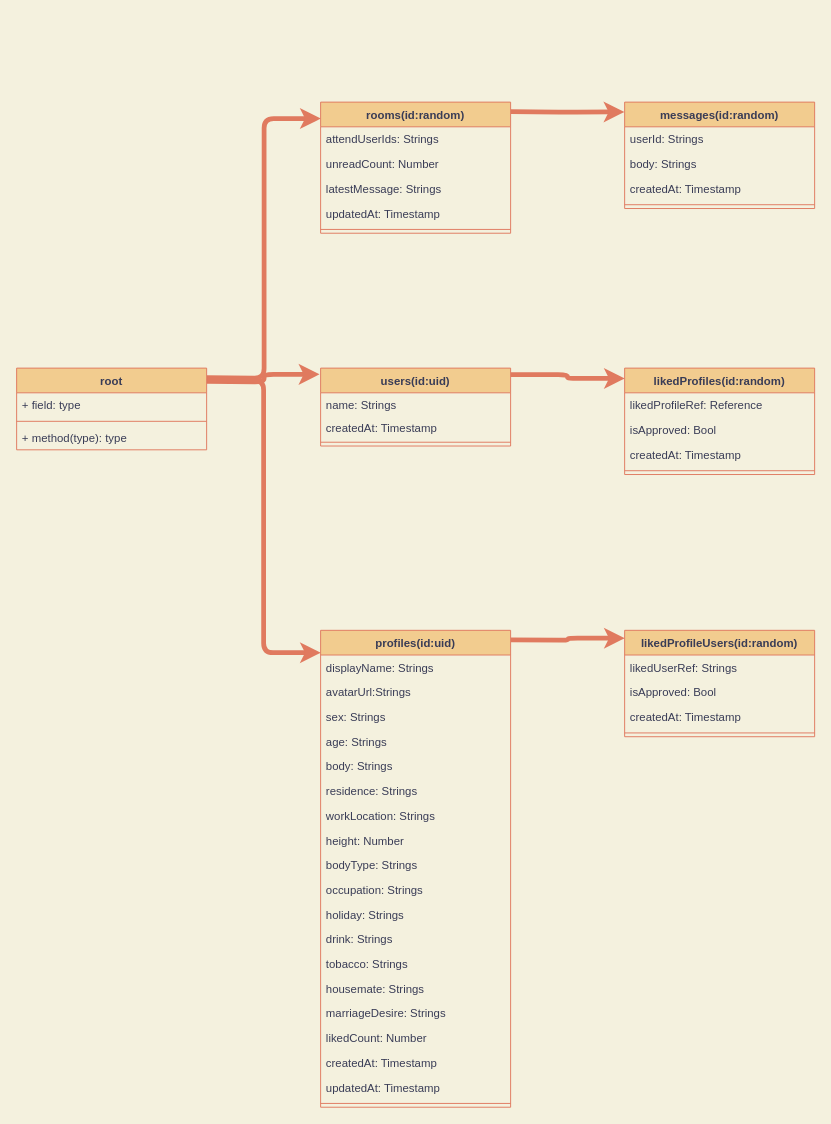
The draw.io diagram store/firestore.drawio in KoheiB/my-matching-app, before the edit. Source tidied: cells renumbered, new cells numbered last; positions are measured from the earlier drawing's top-left corner, leaving out a move shared by most shapes. Both pictures are drawn from the tidied source at 95%, with x=0, y=0 at pixel (16, 102).
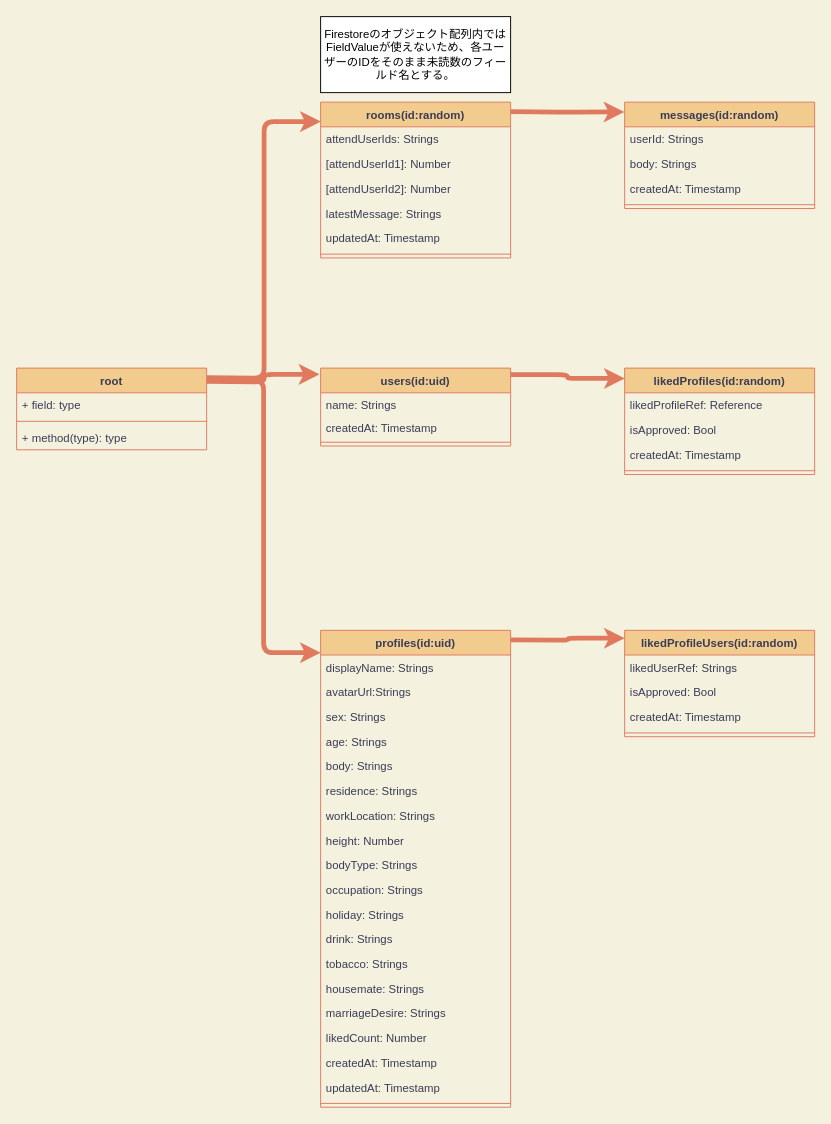
The same page after the edit.

What changed in the source:
```diff
@@
     <mxCell id="36" value="rooms(id:random)" style="swimlane;fontStyle=1;align=center;verticalAlign=top;horizontal=1;startSize=26;fillColor=#F2CC8F;strokeColor=#E07A5F;fontColor=#393C56;" parent="1" vertex="1">
-      <mxGeometry x="320" width="200" height="138" as="geometry" />
+      <mxGeometry x="320" width="200" height="164" as="geometry" />
     </mxCell>
@@
-    <mxCell id="38" value="unreadCount: Number" style="text;strokeColor=none;fillColor=none;align=left;verticalAlign=top;spacingLeft=4;spacingRight=4;overflow=hidden;fontColor=#393C56;" parent="36" vertex="1">
-      <mxGeometry y="52" width="200" height="26" as="geometry" />
-    </mxCell>
+    <mxCell id="57" value="[attendUserId1]: Number" style="text;strokeColor=none;fillColor=none;align=left;verticalAlign=top;spacingLeft=4;spacingRight=4;overflow=hidden;fontColor=#393C56;" parent="36" vertex="1">
+      <mxGeometry y="52" width="200" height="26" as="geometry" />
+    </mxCell>
+    <mxCell id="58" value="[attendUserId2]: Number" style="text;strokeColor=none;fillColor=none;align=left;verticalAlign=top;spacingLeft=4;spacingRight=4;overflow=hidden;fontColor=#393C56;" parent="36" vertex="1">
+      <mxGeometry y="78" width="200" height="26" as="geometry" />
+    </mxCell>
     <mxCell id="39" value="latestMessage: Strings" style="text;strokeColor=none;fillColor=none;align=left;verticalAlign=top;spacingLeft=4;spacingRight=4;overflow=hidden;fontColor=#393C56;" parent="36" vertex="1">
-      <mxGeometry y="78" width="200" height="26" as="geometry" />
+      <mxGeometry y="104" width="200" height="26" as="geometry" />
     </mxCell>
     <mxCell id="40" value="updatedAt: Timestamp" style="text;strokeColor=none;fillColor=none;align=left;verticalAlign=top;spacingLeft=4;spacingRight=4;overflow=hidden;fontColor=#393C56;" parent="36" vertex="1">
-      <mxGeometry y="104" width="200" height="26" as="geometry" />
+      <mxGeometry y="130" width="200" height="26" as="geometry" />
     </mxCell>
     <mxCell id="41" style="line;strokeWidth=1;fillColor=none;align=left;verticalAlign=middle;spacingTop=-1;spacingLeft=3;spacingRight=3;labelPosition=right;strokeColor=#E07A5F;fontColor=#393C56;labelBackgroundColor=#F4F1DE;" parent="36" vertex="1">
-      <mxGeometry y="130" width="200" height="8" as="geometry" />
+      <mxGeometry y="156" width="200" height="8" as="geometry" />
     </mxCell>
@@
+    <mxCell id="59" value="Firestoreのオブジェクト配列内ではFieldValueが使えないため、各ユーザーのIDをそのまま未読数のフィールド名とする。" style="whiteSpace=wrap;html=1;" parent="1" vertex="1">
+      <mxGeometry x="320" y="-90" width="200" height="80" as="geometry" />
+    </mxCell>
```
